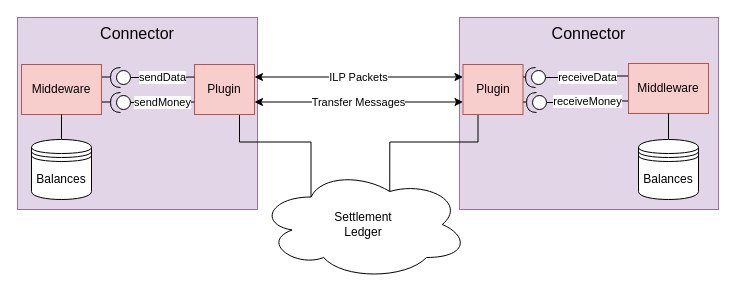
Above: page "Plugins" (1 of 4) of settlement.drawio in adrianhopebailie/ilp (draw.io), before the change. Source tidied: cells renumbered, new cells numbered last; positions are measured from the earlier drawing's top-left corner, leaving out a move shared by most shapes. Both pictures are drawn from the tidied source at 100%, with x=0, y=0 at pixel (17, 17).
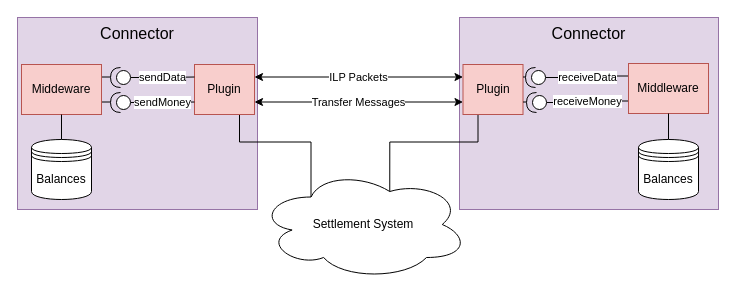
The same page after the edit.

Diff of the diagram source:
```diff
@@
-    <mxCell id="4" value="Settlement&lt;br&gt;Ledger" style="ellipse;shape=cloud;whiteSpace=wrap;html=1;" parent="1" vertex="1">
+    <mxCell id="4" value="Settlement System" style="ellipse;shape=cloud;whiteSpace=wrap;html=1;" parent="1" vertex="1">
       <mxGeometry x="241" y="152" width="210" height="110" as="geometry" />
     </mxCell>
```
